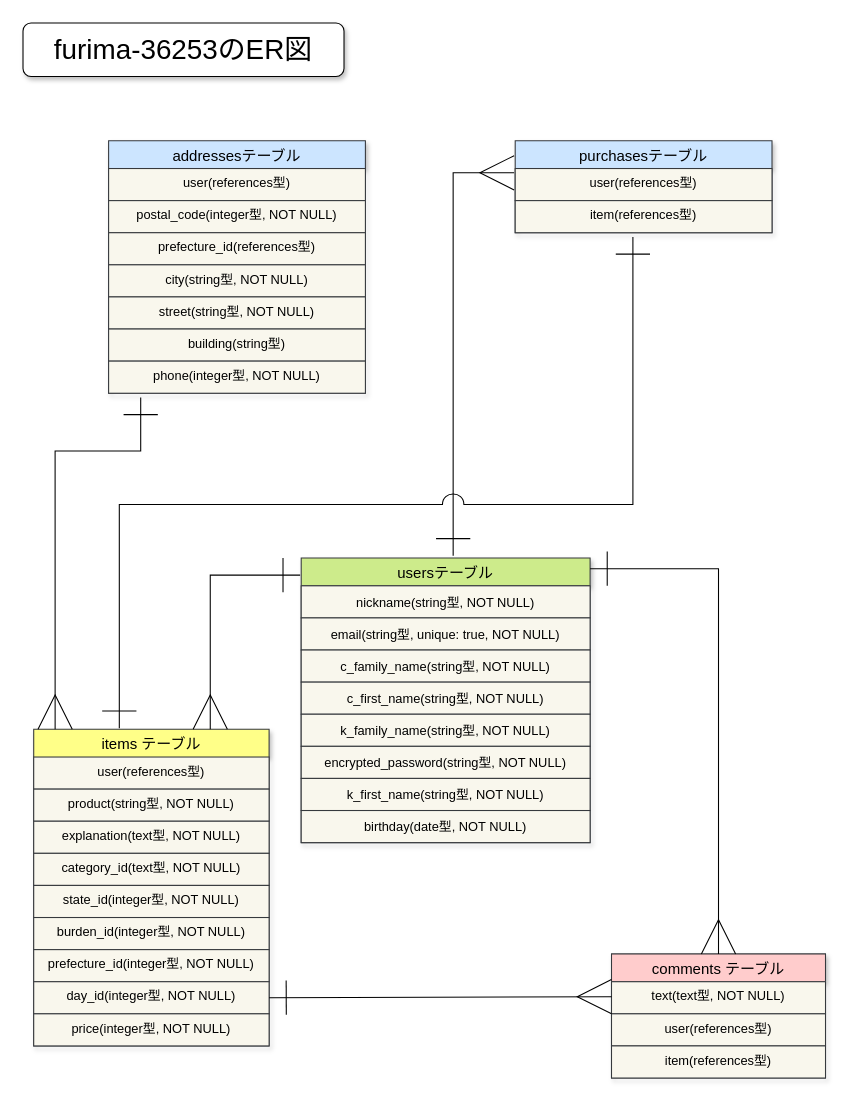
The draw.io diagram furima-36253.dio in oisiibutaniku/furima-36253, before the edit. Source tidied: cells renumbered, new cells numbered last; positions are measured from the earlier drawing's top-left corner, leaving out a move shared by most shapes. Both pictures are drawn from the tidied source at 107%, with x=0, y=0 at pixel (22, 22).
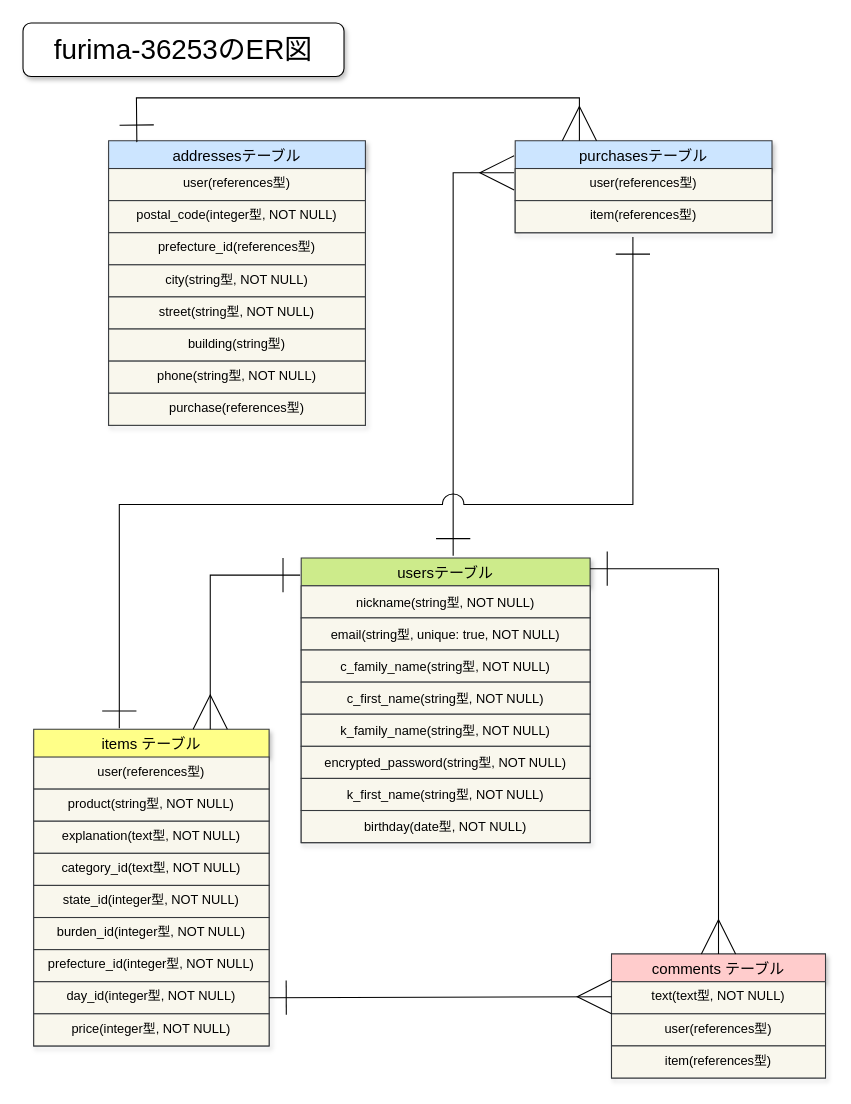
After the change.

Unchanged cells that the change refers to:
```xml
<mxCell id="11" value="items テーブル" style="swimlane;fontStyle=0;horizontal=1;startSize=26;align=center;fontSize=14;fillColor=#ffff88;strokeColor=#36393d;shadow=1;swimlaneLine=0;" parent="1" vertex="1">
  <mxGeometry x="10" y="660" width="220" height="296" as="geometry" />
</mxCell>
<mxCell id="38" value="purchasesテーブル" style="swimlane;fontStyle=0;horizontal=1;startSize=26;align=center;fontSize=14;fillColor=#cce5ff;strokeColor=#36393d;shadow=1;" parent="1" vertex="1">
  <mxGeometry x="460" y="110" width="240" height="86" as="geometry" />
</mxCell>
```

Diff of the diagram source:
```diff
@@
     <mxCell id="25" value="addressesテーブル" style="swimlane;fontStyle=0;horizontal=1;startSize=26;align=center;fontSize=14;fillColor=#cce5ff;strokeColor=#36393d;shadow=1;" parent="1" vertex="1">
-      <mxGeometry x="80" y="110" width="240" height="236" as="geometry" />
+      <mxGeometry x="80" y="110" width="240" height="266" as="geometry" />
     </mxCell>
@@
+    <mxCell id="47" value="phone(string型, NOT NULL)" style="text;spacingLeft=4;spacingRight=4;overflow=hidden;fontSize=12;align=center;fillColor=#f9f7ed;strokeColor=#36393d;" parent="25" vertex="1">
+      <mxGeometry y="206" width="240" height="30" as="geometry" />
+    </mxCell>
-    <mxCell id="32" value="phone(integer型, NOT NULL)" style="text;spacingLeft=4;spacingRight=4;overflow=hidden;fontSize=12;align=center;fillColor=#f9f7ed;strokeColor=#36393d;" parent="25" vertex="1">
-      <mxGeometry y="206" width="240" height="30" as="geometry" />
+    <mxCell id="32" value="purchase(references型)" style="text;spacingLeft=4;spacingRight=4;overflow=hidden;fontSize=12;align=center;fillColor=#f9f7ed;strokeColor=#36393d;" parent="25" vertex="1">
+      <mxGeometry y="236" width="240" height="30" as="geometry" />
     </mxCell>
@@
-    <mxCell id="45" style="endArrow=ERone;html=1;rounded=0;startSize=30;endSize=30;exitX=0.091;exitY=0;exitDx=0;exitDy=0;exitPerimeter=0;endFill=0;startArrow=ERmany;startFill=0;" parent="1" edge="1" source="11">
+    <mxCell id="45" style="endArrow=ERmany;html=1;rounded=0;startSize=30;endSize=30;endFill=0;startArrow=ERone;startFill=0;entryX=0.25;entryY=0;entryDx=0;entryDy=0;exitX=0.11;exitY=0.005;exitDx=0;exitDy=0;exitPerimeter=0;" parent="1" edge="1" source="25" target="38">
       <mxGeometry relative="1" as="geometry">
-        <mxPoint x="110" y="350" as="targetPoint" />
         <Array as="points">
-          <mxPoint x="30" y="400" />
-          <mxPoint x="110" y="400" />
+          <mxPoint x="106" y="70" />
+          <mxPoint x="520" y="70" />
         </Array>
       </mxGeometry>
     </mxCell>
```
